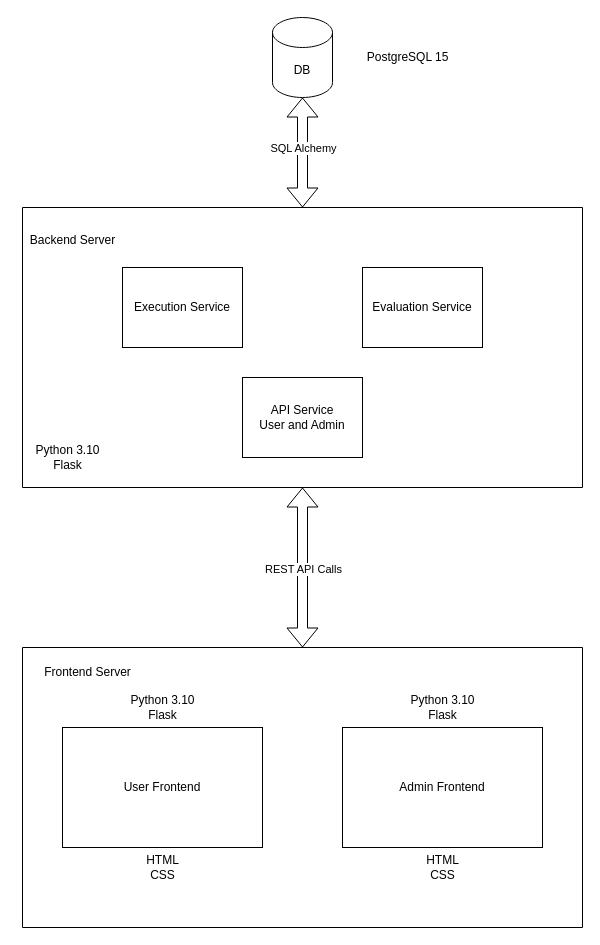
Earlier version of the draw.io diagram doc/System_Prototype.drawio (ooemperor/CodeGrader). Source tidied: cells renumbered, new cells numbered last; positions are measured from the earlier drawing's top-left corner, leaving out a move shared by most shapes. Both pictures are drawn from the tidied source at 100%, with x=0, y=0 at pixel (17, 17).
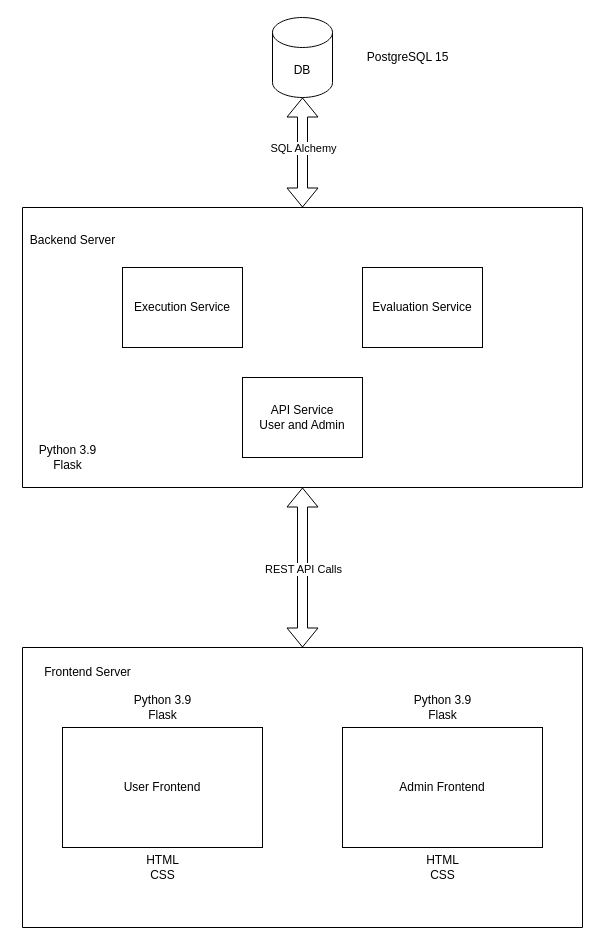
Above is the later version.

The change refers to these unchanged cells:
```xml
<mxCell id="3" style="swimlane;startSize=0;" parent="1" vertex="1">
  <mxGeometry x="5" y="190" width="560" height="280" as="geometry" />
</mxCell>
<mxCell id="8" style="swimlane;startSize=0;" parent="1" vertex="1">
  <mxGeometry x="5" y="630" width="560" height="280" as="geometry" />
</mxCell>
```

Change to the diagram source:
```diff
@@
-    <mxCell id="5" value="Python 3.10&lt;br&gt;Flask" style="text;html=1;align=center;verticalAlign=middle;strokeColor=none;fillColor=none;" parent="3" vertex="1">
-      <mxGeometry y="230" width="90" height="40" as="geometry" />
+    <mxCell id="5" value="Python 3.9&lt;br&gt;Flask" style="text;html=1;align=center;verticalAlign=middle;strokeColor=none;fillColor=none;" parent="3" vertex="1">
+      <mxGeometry x="5" y="230" width="80" height="40" as="geometry" />
     </mxCell>
@@
-    <mxCell id="12" value="Python 3.10&lt;br&gt;Flask" style="text;html=1;align=center;verticalAlign=middle;strokeColor=none;fillColor=none;" parent="8" vertex="1">
-      <mxGeometry x="95" y="40" width="90" height="40" as="geometry" />
+    <mxCell id="12" value="Python 3.9&lt;br&gt;Flask" style="text;html=1;align=center;verticalAlign=middle;strokeColor=none;fillColor=none;" parent="8" vertex="1">
+      <mxGeometry x="100" y="40" width="80" height="40" as="geometry" />
     </mxCell>
-    <mxCell id="13" value="Python 3.10&lt;br&gt;Flask" style="text;html=1;align=center;verticalAlign=middle;strokeColor=none;fillColor=none;" parent="8" vertex="1">
-      <mxGeometry x="375" y="40" width="90" height="40" as="geometry" />
+    <mxCell id="13" value="Python 3.9&lt;br&gt;Flask" style="text;html=1;align=center;verticalAlign=middle;strokeColor=none;fillColor=none;" parent="8" vertex="1">
+      <mxGeometry x="380" y="40" width="80" height="40" as="geometry" />
     </mxCell>
```
